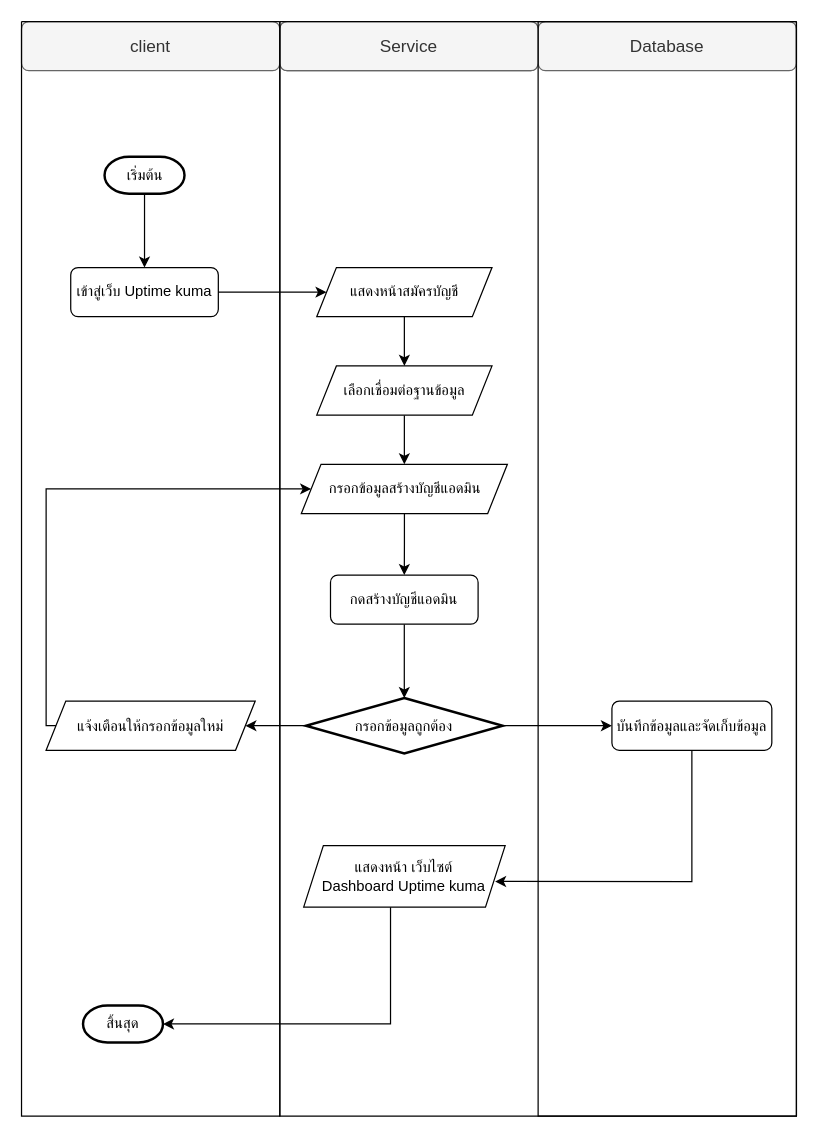
This is page "flowchart-02 create ac" (10 of 12) of Diagram.drawio from Monaphat374/Sequence_project374, a draw.io file, before an edit. Source tidied: cells renumbered, new cells numbered last; positions are measured from the earlier drawing's top-left corner, leaving out a move shared by most shapes. Both pictures are drawn from the tidied source at 123%, with x=0, y=0 at pixel (21, 21).
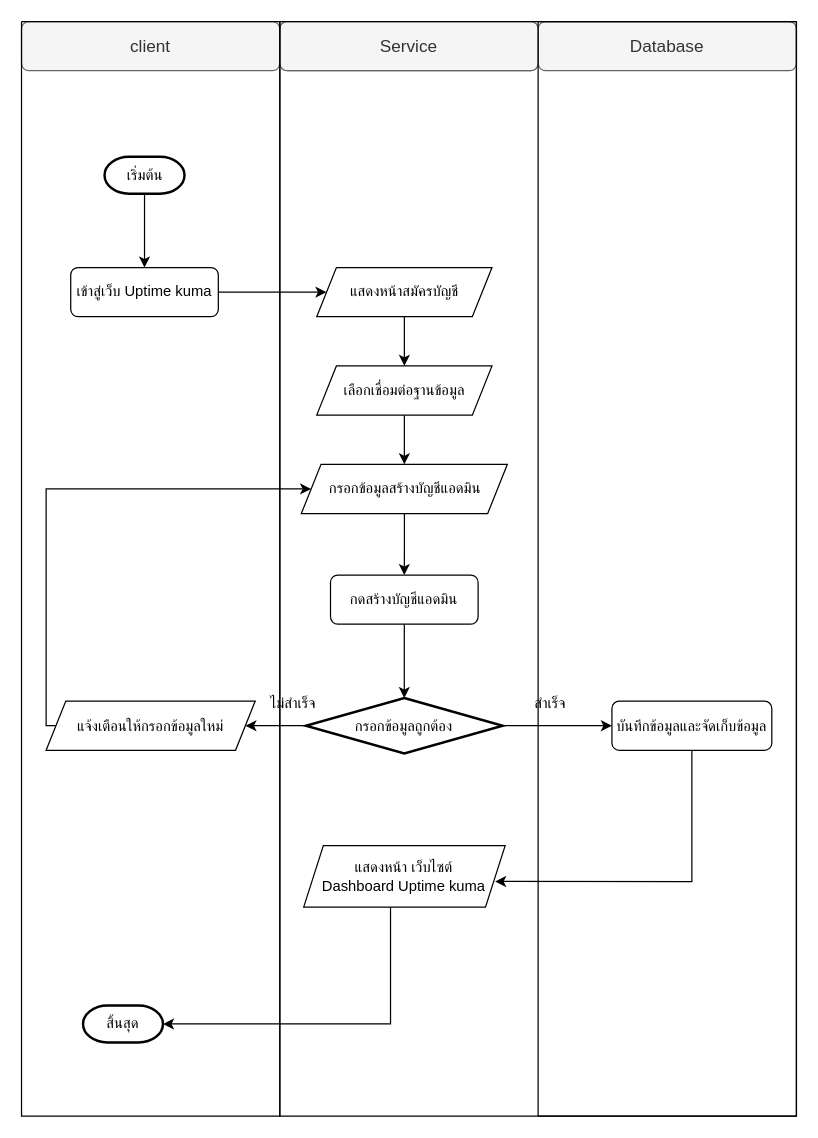
Above is the later version.

The change refers to these unchanged cells:
```xml
<mxCell id="6" style="swimlane;startSize=0;strokeColor=light-dark(#000000,#000000);" parent="1" vertex="1">
  <mxGeometry x="210" width="420" height="890" as="geometry" />
</mxCell>
<mxCell id="7" style="swimlane;startSize=0;strokeColor=light-dark(#000000,#000000);" parent="6" vertex="1">
  <mxGeometry x="210" width="210" height="890" as="geometry" />
</mxCell>
```

What changed in the source:
```diff
@@
+    <mxCell id="31" value="สำเร็จ" style="text;html=1;whiteSpace=wrap;strokeColor=none;fillColor=none;align=center;verticalAlign=middle;rounded=0;" parent="7" vertex="1">
+      <mxGeometry x="-20" y="540" width="60" height="30" as="geometry" />
+    </mxCell>
@@
+    <mxCell id="32" value="ไม่สำเร็จ" style="text;html=1;whiteSpace=wrap;strokeColor=none;fillColor=none;align=center;verticalAlign=middle;rounded=0;" parent="6" vertex="1">
+      <mxGeometry x="-18.8" y="540" width="60" height="30" as="geometry" />
+    </mxCell>
```
